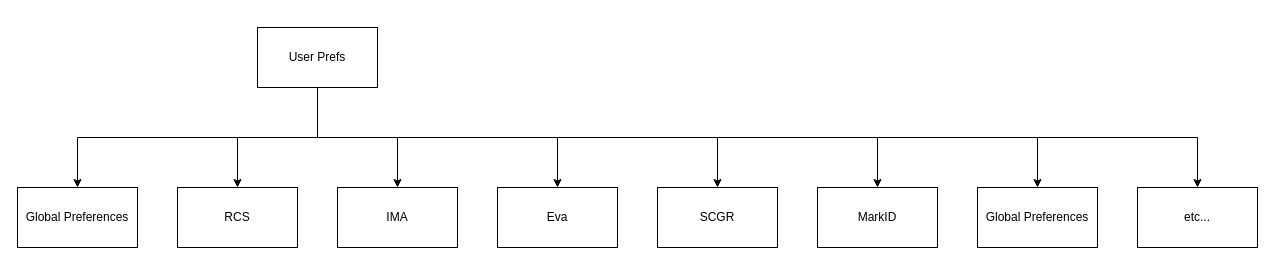
Above: page "Pageflow" (4 of 4) of Drawings/User Preference Service/User Preference.drawio in RMSLowside/rmslow (draw.io), before the change. Source tidied: cells renumbered, new cells numbered last; positions are measured from the earlier drawing's top-left corner, leaving out a move shared by most shapes. Both pictures are drawn from the tidied source at 100%, with x=0, y=0 at pixel (17, 27).
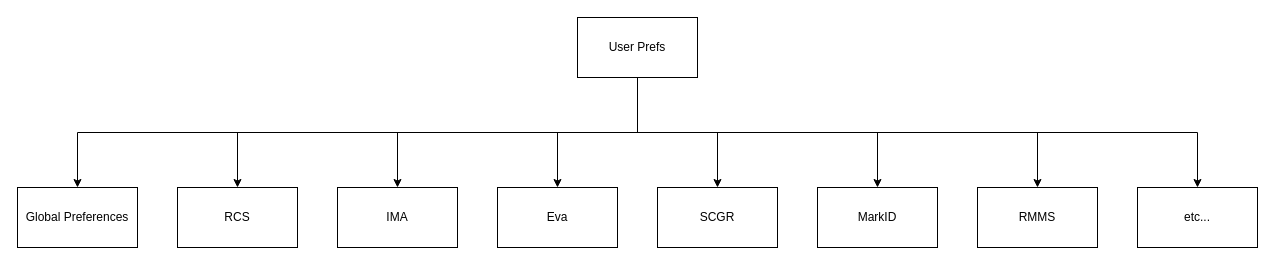
The same page after the edit.

The edit, as a diff of the source:
```diff
@@
 <mxGraphModel>
   <root>
     <mxCell id="0" />
     <mxCell id="1" parent="0" />
     <mxCell id="2" style="edgeStyle=orthogonalEdgeStyle;rounded=0;jettySize=auto;html=1;exitX=0.5;exitY=1;exitDx=0;exitDy=0;" parent="1" edge="1" source="10" target="11">
       <mxGeometry relative="1" as="geometry" />
     </mxCell>
     <mxCell id="3" style="edgeStyle=orthogonalEdgeStyle;rounded=0;jettySize=auto;html=1;exitX=0.5;exitY=1;exitDx=0;exitDy=0;" parent="1" edge="1" source="10" target="12">
       <mxGeometry relative="1" as="geometry" />
     </mxCell>
     <mxCell id="4" style="edgeStyle=orthogonalEdgeStyle;rounded=0;jettySize=auto;html=1;exitX=0.5;exitY=1;exitDx=0;exitDy=0;" parent="1" edge="1" source="10" target="13">
       <mxGeometry relative="1" as="geometry" />
     </mxCell>
     <mxCell id="5" style="edgeStyle=orthogonalEdgeStyle;rounded=0;jettySize=auto;html=1;exitX=0.5;exitY=1;exitDx=0;exitDy=0;" parent="1" edge="1" source="10" target="14">
       <mxGeometry relative="1" as="geometry" />
     </mxCell>
     <mxCell id="6" style="edgeStyle=orthogonalEdgeStyle;rounded=0;jettySize=auto;html=1;exitX=0.5;exitY=1;exitDx=0;exitDy=0;" parent="1" edge="1" source="10" target="15">
       <mxGeometry relative="1" as="geometry" />
     </mxCell>
     <mxCell id="7" style="edgeStyle=orthogonalEdgeStyle;rounded=0;jettySize=auto;html=1;exitX=0.5;exitY=1;exitDx=0;exitDy=0;" parent="1" edge="1" source="10" target="16">
       <mxGeometry relative="1" as="geometry" />
     </mxCell>
     <mxCell id="8" style="edgeStyle=orthogonalEdgeStyle;rounded=0;jettySize=auto;html=1;exitX=0.5;exitY=1;exitDx=0;exitDy=0;entryX=0.5;entryY=0;entryDx=0;entryDy=0;" parent="1" edge="1" source="10" target="17">
       <mxGeometry relative="1" as="geometry" />
     </mxCell>
     <mxCell id="9" style="edgeStyle=orthogonalEdgeStyle;rounded=0;jettySize=auto;html=1;exitX=0.5;exitY=1;exitDx=0;exitDy=0;entryX=0.5;entryY=0;entryDx=0;entryDy=0;" parent="1" edge="1" source="10" target="18">
       <mxGeometry relative="1" as="geometry" />
     </mxCell>
     <mxCell id="10" value="User Prefs" style="rounded=0;whiteSpace=wrap;html=1;" parent="1" vertex="1">
-      <mxGeometry x="240" width="120" height="60" as="geometry" />
+      <mxGeometry x="560" y="-10" width="120" height="60" as="geometry" />
     </mxCell>
     <mxCell id="11" value="Global Preferences" style="rounded=0;whiteSpace=wrap;html=1;" parent="1" vertex="1">
       <mxGeometry y="160" width="120" height="60" as="geometry" />
     </mxCell>
     <mxCell id="12" value="RCS" style="rounded=0;whiteSpace=wrap;html=1;" parent="1" vertex="1">
       <mxGeometry x="160" y="160" width="120" height="60" as="geometry" />
     </mxCell>
     <mxCell id="13" value="IMA" style="rounded=0;whiteSpace=wrap;html=1;" parent="1" vertex="1">
       <mxGeometry x="320" y="160" width="120" height="60" as="geometry" />
     </mxCell>
     <mxCell id="14" value="Eva" style="rounded=0;whiteSpace=wrap;html=1;" parent="1" vertex="1">
       <mxGeometry x="480" y="160" width="120" height="60" as="geometry" />
     </mxCell>
     <mxCell id="15" value="SCGR" style="rounded=0;whiteSpace=wrap;html=1;" parent="1" vertex="1">
       <mxGeometry x="640" y="160" width="120" height="60" as="geometry" />
     </mxCell>
     <mxCell id="16" value="MarkID" style="rounded=0;whiteSpace=wrap;html=1;" parent="1" vertex="1">
       <mxGeometry x="800" y="160" width="120" height="60" as="geometry" />
     </mxCell>
-    <mxCell id="17" value="Global Preferences" style="rounded=0;whiteSpace=wrap;html=1;" parent="1" vertex="1">
+    <mxCell id="17" value="RMMS" style="rounded=0;whiteSpace=wrap;html=1;" parent="1" vertex="1">
       <mxGeometry x="960" y="160" width="120" height="60" as="geometry" />
     </mxCell>
     <mxCell id="18" value="etc..." style="rounded=0;whiteSpace=wrap;html=1;" parent="1" vertex="1">
       <mxGeometry x="1120" y="160" width="120" height="60" as="geometry" />
     </mxCell>
   </root>
 </mxGraphModel>
```
